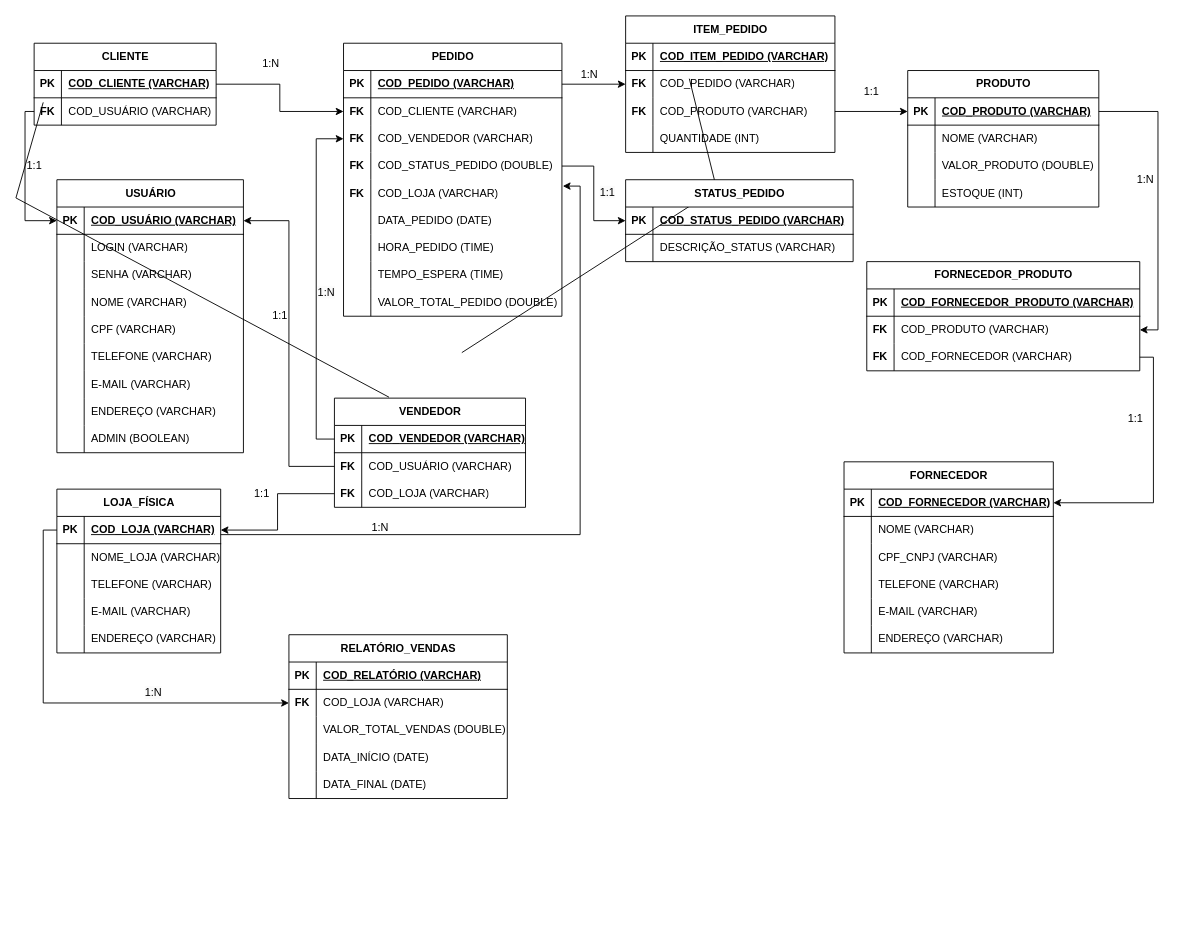
Earlier version of the draw.io diagram BD ZÉ DELIVERY.drawio (jennifergomes/BD-ZE-DELIVERY). Source tidied: cells renumbered, new cells numbered last; positions are measured from the earlier drawing's top-left corner, leaving out a move shared by most shapes. Both pictures are drawn from the tidied source at 91%, with x=0, y=0 at pixel (15, 15).
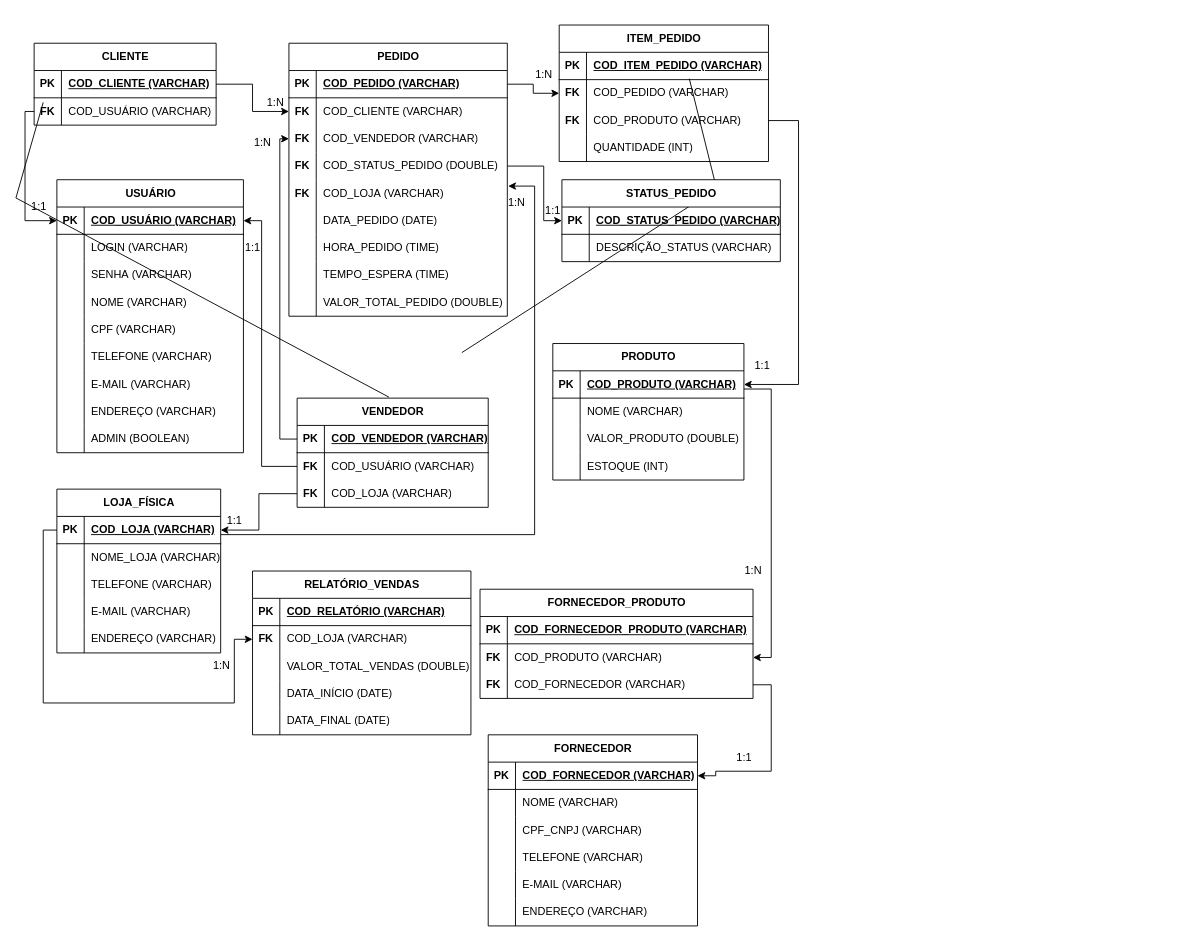
After the change.

Unchanged cells that the change refers to:
```xml
<mxCell id="5" style="shape=tableRow;horizontal=0;startSize=0;swimlaneHead=0;swimlaneBody=0;fillColor=none;points=[[0,0.5],[1,0.5]];portConstraint=eastwest;top=0;left=0;right=0;bottom=1;" parent="4" vertex="1">
  <mxGeometry y="30" width="180" height="30" as="geometry" />
</mxCell>
<mxCell id="24" style="shape=tableRow;horizontal=0;startSize=0;swimlaneHead=0;swimlaneBody=0;fillColor=none;points=[[0,0.5],[1,0.5]];portConstraint=eastwest;top=0;left=0;right=0;bottom=0;" parent="20" vertex="1">
  <mxGeometry y="60" width="240" height="30" as="geometry" />
</mxCell>
<mxCell id="37" style="shape=tableRow;horizontal=0;startSize=0;swimlaneHead=0;swimlaneBody=0;fillColor=none;points=[[0,0.5],[1,0.5]];portConstraint=eastwest;top=0;left=0;right=0;bottom=1;" parent="36" vertex="1">
  <mxGeometry y="30" width="230" height="30" as="geometry" />
</mxCell>
<mxCell id="56" style="shape=tableRow;horizontal=0;startSize=0;swimlaneHead=0;swimlaneBody=0;fillColor=none;points=[[0,0.5],[1,0.5]];portConstraint=eastwest;top=0;left=0;right=0;bottom=1;" parent="55" vertex="1">
  <mxGeometry y="30" width="205" height="30" as="geometry" />
</mxCell>
<mxCell id="84" style="shape=tableRow;horizontal=0;startSize=0;swimlaneHead=0;swimlaneBody=0;fillColor=none;points=[[0,0.5],[1,0.5]];portConstraint=eastwest;top=0;left=0;right=0;bottom=1;" parent="83" vertex="1">
  <mxGeometry y="30" width="210" height="30" as="geometry" />
</mxCell>
<mxCell id="87" style="shape=tableRow;horizontal=0;startSize=0;swimlaneHead=0;swimlaneBody=0;fillColor=none;points=[[0,0.5],[1,0.5]];portConstraint=eastwest;top=0;left=0;right=0;bottom=0;" parent="83" vertex="1">
  <mxGeometry y="60" width="210" height="30" as="geometry" />
</mxCell>
<mxCell id="114" style="shape=tableRow;horizontal=0;startSize=0;swimlaneHead=0;swimlaneBody=0;fillColor=none;points=[[0,0.5],[1,0.5]];portConstraint=eastwest;top=0;left=0;right=0;bottom=0;" parent="107" vertex="1">
  <mxGeometry y="90" width="240" height="30" as="geometry" />
</mxCell>
<mxCell id="117" style="shape=tableRow;horizontal=0;startSize=0;swimlaneHead=0;swimlaneBody=0;fillColor=none;points=[[0,0.5],[1,0.5]];portConstraint=eastwest;top=0;left=0;right=0;bottom=0;" parent="107" vertex="1">
  <mxGeometry y="120" width="240" height="30" as="geometry" />
</mxCell>
<mxCell id="120" style="shape=tableRow;horizontal=0;startSize=0;swimlaneHead=0;swimlaneBody=0;fillColor=none;points=[[0,0.5],[1,0.5]];portConstraint=eastwest;top=0;left=0;right=0;bottom=0;" parent="107" vertex="1">
  <mxGeometry y="150" width="240" height="30" as="geometry" />
</mxCell>
<mxCell id="142" style="shape=tableRow;horizontal=0;startSize=0;swimlaneHead=0;swimlaneBody=0;fillColor=none;points=[[0,0.5],[1,0.5]];portConstraint=eastwest;top=0;left=0;right=0;bottom=0;" parent="135" vertex="1">
  <mxGeometry y="90" width="230" height="30" as="geometry" />
</mxCell>
<mxCell id="149" style="shape=tableRow;horizontal=0;startSize=0;swimlaneHead=0;swimlaneBody=0;fillColor=none;points=[[0,0.5],[1,0.5]];portConstraint=eastwest;top=0;left=0;right=0;bottom=1;" parent="148" vertex="1">
  <mxGeometry y="30" width="210" height="30" as="geometry" />
</mxCell>
<mxCell id="165" style="shape=tableRow;horizontal=0;startSize=0;swimlaneHead=0;swimlaneBody=0;fillColor=none;points=[[0,0.5],[1,0.5]];portConstraint=eastwest;top=0;left=0;right=0;bottom=0;" parent="161" vertex="1">
  <mxGeometry y="60" width="300" height="30" as="geometry" />
</mxCell>
<mxCell id="168" style="shape=tableRow;horizontal=0;startSize=0;swimlaneHead=0;swimlaneBody=0;fillColor=none;points=[[0,0.5],[1,0.5]];portConstraint=eastwest;top=0;left=0;right=0;bottom=0;" parent="161" vertex="1">
  <mxGeometry y="90" width="300" height="30" as="geometry" />
</mxCell>
```

What changed in the source:
```diff
@@
     <mxCell id="20" value="RELATÓRIO_VENDAS" style="shape=table;startSize=30;childLayout=tableLayout;rowLines=0;fontStyle=1;align=center;html=1;" parent="1" vertex="1">
-      <mxGeometry x="300" y="680" width="240" height="180" as="geometry" />
+      <mxGeometry x="260" y="610" width="240" height="180" as="geometry" />
     </mxCell>
@@
     <mxCell id="36" value="FORNECEDOR" style="shape=table;startSize=30;childLayout=tableLayout;rowLines=0;fontStyle=1;align=center;html=1;" parent="1" vertex="1">
-      <mxGeometry x="910" y="490" width="230" height="210" as="geometry" />
+      <mxGeometry x="519" y="790" width="230" height="210" as="geometry" />
     </mxCell>
@@
     <mxCell id="83" value="VENDEDOR" style="shape=table;startSize=30;childLayout=tableLayout;rowLines=0;fontStyle=1;align=center;html=1;" parent="1" vertex="1">
-      <mxGeometry x="350" y="420" width="210" height="120" as="geometry" />
+      <mxGeometry x="309" y="420" width="210" height="120" as="geometry" />
     </mxCell>
@@
     <mxCell id="93" value="STATUS_PEDIDO" style="shape=table;startSize=30;childLayout=tableLayout;rowLines=0;fontStyle=1;align=center;html=1;" parent="1" vertex="1">
-      <mxGeometry x="670" y="180" width="250" height="90" as="geometry" />
+      <mxGeometry x="600" y="180" width="240" height="90" as="geometry" />
     </mxCell>
     <mxCell id="94" style="shape=tableRow;horizontal=0;startSize=0;swimlaneHead=0;swimlaneBody=0;fillColor=none;points=[[0,0.5],[1,0.5]];portConstraint=eastwest;top=0;left=0;right=0;bottom=1;" parent="93" vertex="1">
-      <mxGeometry y="30" width="250" height="30" as="geometry" />
+      <mxGeometry y="30" width="240" height="30" as="geometry" />
     </mxCell>
@@
     <mxCell id="96" value="COD_STATUS_PEDIDO&amp;nbsp;(VARCHAR)" style="shape=partialRectangle;fillColor=none;top=0;left=0;bottom=0;right=0;align=left;spacingLeft=6;fontStyle=5;overflow=hidden;whiteSpace=wrap;html=1;" parent="94" vertex="1">
-      <mxGeometry x="30" width="220" height="30" as="geometry" />
+      <mxGeometry x="30" width="210" height="30" as="geometry" />
     </mxCell>
     <mxCell id="97" style="shape=tableRow;horizontal=0;startSize=0;swimlaneHead=0;swimlaneBody=0;fillColor=none;top=0;left=0;right=0;bottom=0;" parent="93" vertex="1">
-      <mxGeometry y="60" width="250" height="30" as="geometry" />
+      <mxGeometry y="60" width="240" height="30" as="geometry" />
     </mxCell>
@@
     <mxCell id="99" value="DESCRIÇÃO_STATUS&amp;nbsp;(VARCHAR)" style="shape=partialRectangle;fillColor=none;top=0;left=0;bottom=0;right=0;align=left;spacingLeft=6;overflow=hidden;whiteSpace=wrap;html=1;" parent="97" vertex="1">
-      <mxGeometry x="30" width="220" height="30" as="geometry" />
+      <mxGeometry x="30" width="210" height="30" as="geometry" />
     </mxCell>
@@
     <mxCell id="107" value="PEDIDO" style="shape=table;startSize=30;childLayout=tableLayout;rowLines=0;fontStyle=1;align=center;html=1;" parent="1" vertex="1">
-      <mxGeometry x="360" y="30" width="240" height="300" as="geometry" />
+      <mxGeometry x="300" y="30" width="240" height="300" as="geometry" />
     </mxCell>
@@
     <mxCell id="135" value="ITEM_PEDIDO" style="shape=table;startSize=30;childLayout=tableLayout;rowLines=0;fontStyle=1;align=center;html=1;" parent="1" vertex="1">
-      <mxGeometry x="670" width="230" height="150" as="geometry" />
+      <mxGeometry x="597" y="10" width="230" height="150" as="geometry" />
     </mxCell>
@@
     <mxCell id="148" value="PRODUTO" style="shape=table;startSize=30;childLayout=tableLayout;rowLines=0;fontStyle=1;align=center;html=1;" parent="1" vertex="1">
-      <mxGeometry x="980" y="60" width="210" height="150" as="geometry" />
+      <mxGeometry x="590" y="360" width="210" height="150" as="geometry" />
     </mxCell>
@@
     <mxCell id="161" value="FORNECEDOR_PRODUTO" style="shape=table;startSize=30;childLayout=tableLayout;rowLines=0;fontStyle=1;align=center;html=1;" parent="1" vertex="1">
-      <mxGeometry x="935" y="270" width="300" height="120" as="geometry" />
+      <mxGeometry x="510" y="630" width="300" height="120" as="geometry" />
     </mxCell>
@@
     <mxCell id="173" style="edgeStyle=orthogonalEdgeStyle;rounded=0;jettySize=auto;html=1;entryX=0;entryY=0.5;entryDx=0;entryDy=0;" parent="1" edge="1" source="84" target="114">
       <mxGeometry relative="1" as="geometry">
         <Array as="points">
-          <mxPoint x="330" y="465" />
-          <mxPoint x="330" y="135" />
+          <mxPoint x="290" y="465" />
+          <mxPoint x="290" y="135" />
         </Array>
       </mxGeometry>
     </mxCell>
     <mxCell id="174" style="edgeStyle=orthogonalEdgeStyle;rounded=0;jettySize=auto;html=1;entryX=1;entryY=0.5;entryDx=0;entryDy=0;" parent="1" edge="1" source="87" target="56">
-      <mxGeometry relative="1" as="geometry" />
+      <mxGeometry relative="1" as="geometry">
+        <Array as="points">
+          <mxPoint x="270" y="495" />
+          <mxPoint x="270" y="225" />
+        </Array>
+      </mxGeometry>
     </mxCell>
@@
     <mxCell id="176" style="edgeStyle=orthogonalEdgeStyle;rounded=0;jettySize=auto;html=1;entryX=0;entryY=0.5;entryDx=0;entryDy=0;" parent="1" edge="1" source="5" target="24">
       <mxGeometry relative="1" as="geometry">
         <Array as="points">
           <mxPoint x="30" y="565" />
           <mxPoint x="30" y="755" />
+          <mxPoint x="240" y="755" />
+          <mxPoint x="240" y="685" />
         </Array>
       </mxGeometry>
     </mxCell>
-    <mxCell id="177" style="edgeStyle=orthogonalEdgeStyle;rounded=0;jettySize=auto;html=1;entryX=0;entryY=0.5;entryDx=0;entryDy=0;" parent="1" edge="1" source="142" target="149">
-      <mxGeometry relative="1" as="geometry" />
-    </mxCell>
@@
-    <mxCell id="179" style="edgeStyle=orthogonalEdgeStyle;rounded=0;jettySize=auto;html=1;entryX=1;entryY=0.5;entryDx=0;entryDy=0;" parent="1" edge="1" source="168" target="37">
-      <mxGeometry relative="1" as="geometry">
-        <Array as="points">
-          <mxPoint x="1250" y="375" />
-          <mxPoint x="1250" y="535" />
-        </Array>
-      </mxGeometry>
-    </mxCell>
-    <mxCell id="180" style="edgeStyle=orthogonalEdgeStyle;rounded=0;jettySize=auto;html=1;entryX=1;entryY=0.5;entryDx=0;entryDy=0;" parent="1" edge="1" source="149" target="165">
-      <mxGeometry relative="1" as="geometry">
-        <Array as="points">
-          <mxPoint x="1255" y="105" />
-          <mxPoint x="1255" y="345" />
-        </Array>
-      </mxGeometry>
-    </mxCell>
     <mxCell id="181" style="edgeStyle=orthogonalEdgeStyle;rounded=0;jettySize=auto;html=1;entryX=0;entryY=0.5;entryDx=0;entryDy=0;" parent="1" edge="1" source="117" target="94">
-      <mxGeometry relative="1" as="geometry" />
+      <mxGeometry relative="1" as="geometry">
+        <Array as="points">
+          <mxPoint x="580" y="165" />
+          <mxPoint x="580" y="225" />
+        </Array>
+      </mxGeometry>
     </mxCell>
     <mxCell id="182" style="edgeStyle=orthogonalEdgeStyle;rounded=0;jettySize=auto;html=1;entryX=1.004;entryY=0.233;entryDx=0;entryDy=0;entryPerimeter=0;" parent="1" edge="1" source="5" target="120">
       <mxGeometry relative="1" as="geometry">
         <Array as="points">
-          <mxPoint x="620" y="570" />
-          <mxPoint x="620" y="187" />
+          <mxPoint x="570" y="570" />
+          <mxPoint x="570" y="187" />
         </Array>
       </mxGeometry>
     </mxCell>
     <mxCell id="183" value="1:N" style="text;html=1;align=center;verticalAlign=middle;strokeColor=none;fillColor=none;" parent="1" vertex="1">
-      <mxGeometry x="260" y="38" width="40" height="30" as="geometry" />
+      <mxGeometry x="265" y="80" width="40" height="30" as="geometry" />
     </mxCell>
     <mxCell id="184" value="1:1" style="text;html=1;align=center;verticalAlign=middle;strokeColor=none;fillColor=none;" parent="1" vertex="1">
-      <mxGeometry y="150" width="40" height="30" as="geometry" />
+      <mxGeometry x="5" y="195" width="40" height="30" as="geometry" />
     </mxCell>
     <mxCell id="185" value="1:1" style="text;html=1;align=center;verticalAlign=middle;strokeColor=none;fillColor=none;" parent="1" vertex="1">
-      <mxGeometry x="270" y="315" width="40" height="30" as="geometry" />
+      <mxGeometry x="240" y="240" width="40" height="30" as="geometry" />
     </mxCell>
     <mxCell id="186" value="&lt;span style=&quot;color: rgb(0, 0, 0); font-family: Helvetica; font-size: 12px; font-style: normal; font-variant-ligatures: normal; font-variant-caps: normal; font-weight: 400; letter-spacing: normal; orphans: 2; text-align: center; text-indent: 0px; text-transform: none; widows: 2; word-spacing: 0px; -webkit-text-stroke-width: 0px; background-color: rgb(251, 251, 251); text-decoration-thickness: initial; text-decoration-style: initial; text-decoration-color: initial; float: none; display: inline !important;&quot;&gt;1:N&lt;/span&gt;" style="text;whiteSpace=wrap;html=1;" parent="1" vertex="1">
-      <mxGeometry x="330" y="290" width="50" height="40" as="geometry" />
+      <mxGeometry x="260" y="125" width="50" height="40" as="geometry" />
     </mxCell>
     <mxCell id="187" value="1:1" style="text;html=1;align=center;verticalAlign=middle;strokeColor=none;fillColor=none;" parent="1" vertex="1">
-      <mxGeometry x="250" y="510" width="40" height="30" as="geometry" />
+      <mxGeometry x="220" y="540" width="40" height="30" as="geometry" />
     </mxCell>
     <mxCell id="188" value="&lt;span style=&quot;color: rgb(0, 0, 0); font-family: Helvetica; font-size: 12px; font-style: normal; font-variant-ligatures: normal; font-variant-caps: normal; font-weight: 400; letter-spacing: normal; orphans: 2; text-align: center; text-indent: 0px; text-transform: none; widows: 2; word-spacing: 0px; -webkit-text-stroke-width: 0px; background-color: rgb(251, 251, 251); text-decoration-thickness: initial; text-decoration-style: initial; text-decoration-color: initial; float: none; display: inline !important;&quot;&gt;1:N&lt;/span&gt;" style="text;whiteSpace=wrap;html=1;" parent="1" vertex="1">
-      <mxGeometry x="140" y="730" width="50" height="40" as="geometry" />
+      <mxGeometry x="215" y="700" width="50" height="40" as="geometry" />
     </mxCell>
     <mxCell id="189" value="1:N" style="text;html=1;align=center;verticalAlign=middle;strokeColor=none;fillColor=none;" parent="1" vertex="1">
-      <mxGeometry x="380" y="548" width="40" height="30" as="geometry" />
+      <mxGeometry x="530" y="190" width="40" height="30" as="geometry" />
     </mxCell>
     <mxCell id="190" value="&lt;span style=&quot;color: rgb(0, 0, 0); font-family: Helvetica; font-size: 12px; font-style: normal; font-variant-ligatures: normal; font-variant-caps: normal; font-weight: 400; letter-spacing: normal; orphans: 2; text-align: center; text-indent: 0px; text-transform: none; widows: 2; word-spacing: 0px; -webkit-text-stroke-width: 0px; background-color: rgb(251, 251, 251); text-decoration-thickness: initial; text-decoration-style: initial; text-decoration-color: initial; float: none; display: inline !important;&quot;&gt;1:1&lt;/span&gt;" style="text;whiteSpace=wrap;html=1;" parent="1" vertex="1">
-      <mxGeometry x="640" y="180" width="50" height="40" as="geometry" />
+      <mxGeometry x="580" y="200" width="20" height="40" as="geometry" />
     </mxCell>
     <mxCell id="191" value="1:N" style="text;html=1;align=center;verticalAlign=middle;strokeColor=none;fillColor=none;" parent="1" vertex="1">
-      <mxGeometry x="610" y="50" width="40" height="30" as="geometry" />
+      <mxGeometry x="560" y="50" width="40" height="30" as="geometry" />
     </mxCell>
     <mxCell id="192" value="1:1" style="text;html=1;align=center;verticalAlign=middle;strokeColor=none;fillColor=none;" parent="1" vertex="1">
-      <mxGeometry x="920" y="68" width="40" height="30" as="geometry" />
+      <mxGeometry x="800" y="370" width="40" height="30" as="geometry" />
     </mxCell>
     <mxCell id="193" value="1:N" style="text;html=1;align=center;verticalAlign=middle;strokeColor=none;fillColor=none;" parent="1" vertex="1">
-      <mxGeometry x="1221" y="165" width="40" height="30" as="geometry" />
+      <mxGeometry x="790" y="595" width="40" height="30" as="geometry" />
     </mxCell>
     <mxCell id="194" value="1:1" style="text;html=1;align=center;verticalAlign=middle;strokeColor=none;fillColor=none;" parent="1" vertex="1">
-      <mxGeometry x="1210" y="428" width="40" height="30" as="geometry" />
+      <mxGeometry x="780" y="800" width="40" height="30" as="geometry" />
     </mxCell>
+    <mxCell id="177" style="edgeStyle=orthogonalEdgeStyle;rounded=0;jettySize=auto;html=1;entryX=1;entryY=0.5;entryDx=0;entryDy=0;" parent="1" edge="1" source="142" target="149">
+      <mxGeometry relative="1" as="geometry">
+        <Array as="points">
+          <mxPoint x="860" y="115" />
+          <mxPoint x="860" y="405" />
+        </Array>
+      </mxGeometry>
+    </mxCell>
+    <mxCell id="180" style="edgeStyle=orthogonalEdgeStyle;rounded=0;jettySize=auto;html=1;entryX=1;entryY=0.5;entryDx=0;entryDy=0;" parent="1" edge="1" source="149" target="165">
+      <mxGeometry relative="1" as="geometry">
+        <Array as="points">
+          <mxPoint x="830" y="410" />
+          <mxPoint x="830" y="705" />
+        </Array>
+      </mxGeometry>
+    </mxCell>
+    <mxCell id="179" style="edgeStyle=orthogonalEdgeStyle;rounded=0;jettySize=auto;html=1;entryX=1;entryY=0.5;entryDx=0;entryDy=0;" parent="1" edge="1" source="168" target="37">
+      <mxGeometry relative="1" as="geometry">
+        <Array as="points">
+          <mxPoint x="830" y="735" />
+          <mxPoint x="830" y="830" />
+          <mxPoint x="769" y="830" />
+          <mxPoint x="769" y="835" />
+        </Array>
+      </mxGeometry>
+    </mxCell>
```
